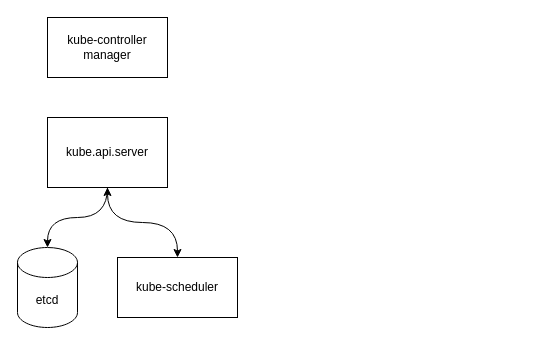
doddam-manjunath/diagram_io keeps this draw.io diagram as k8s-pbspro.drawio. Above is the earlier version. Source tidied: cells renumbered, new cells numbered last; positions are measured from the earlier drawing's top-left corner, leaving out a move shared by most shapes. Both pictures are drawn from the tidied source at 100%, with x=0, y=0 at pixel (17, 17).
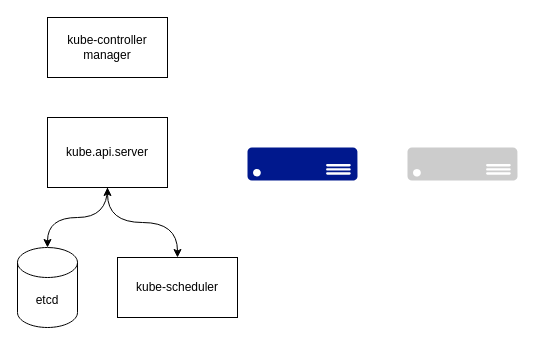
The same page after the edit.

The edit, as a diff of the source:
```diff
@@
 <mxGraphModel>
   <root>
     <mxCell id="0" />
     <mxCell id="1" parent="0" />
     <mxCell id="2" style="edgeStyle=orthogonalEdgeStyle;rounded=0;jettySize=auto;html=1;exitX=0.5;exitY=1;exitDx=0;exitDy=0;entryX=0.5;entryY=0;entryDx=0;entryDy=0;entryPerimeter=0;curved=1;" parent="1" edge="1" source="3" target="7">
       <mxGeometry relative="1" as="geometry" />
     </mxCell>
     <mxCell id="3" value="kube.api.server" style="rounded=0;whiteSpace=wrap;html=1;" parent="1" vertex="1">
       <mxGeometry x="30" y="100" width="120" height="70" as="geometry" />
     </mxCell>
     <mxCell id="4" style="edgeStyle=orthogonalEdgeStyle;rounded=0;jettySize=auto;html=1;exitX=0.5;exitY=0;exitDx=0;exitDy=0;startArrow=classic;startFill=1;elbow=vertical;curved=1;entryX=0.5;entryY=1;entryDx=0;entryDy=0;" parent="1" edge="1" source="5" target="3">
       <mxGeometry relative="1" as="geometry" />
     </mxCell>
     <mxCell id="5" value="kube-scheduler" style="rounded=0;whiteSpace=wrap;html=1;" parent="1" vertex="1">
       <mxGeometry x="100" y="240" width="120" height="60" as="geometry" />
     </mxCell>
     <mxCell id="6" value="kube-controller manager" style="rounded=0;whiteSpace=wrap;html=1;" parent="1" vertex="1">
       <mxGeometry x="30" width="120" height="60" as="geometry" />
     </mxCell>
     <mxCell id="7" value="etcd" style="shape=cylinder3;whiteSpace=wrap;html=1;boundedLbl=1;backgroundOutline=1;size=15;" parent="1" vertex="1">
       <mxGeometry y="230" width="60" height="80" as="geometry" />
     </mxCell>
+    <mxCell id="8" style="sketch=0;shadow=0;dashed=0;html=1;strokeColor=none;labelPosition=center;verticalLabelPosition=bottom;verticalAlign=top;align=center;fillColor=#00188D;shape=mxgraph.azure.server;" parent="1" vertex="1">
+      <mxGeometry x="230" y="130" width="110" height="33" as="geometry" />
+    </mxCell>
+    <mxCell id="9" style="sketch=0;shadow=0;dashed=1;html=1;strokeColor=none;labelPosition=center;verticalLabelPosition=bottom;verticalAlign=top;align=center;fillColor=#CCCCCC;shape=mxgraph.azure.server;" parent="1" vertex="1">
+      <mxGeometry x="390" y="130" width="110" height="33" as="geometry" />
+    </mxCell>
   </root>
 </mxGraphModel>
```
